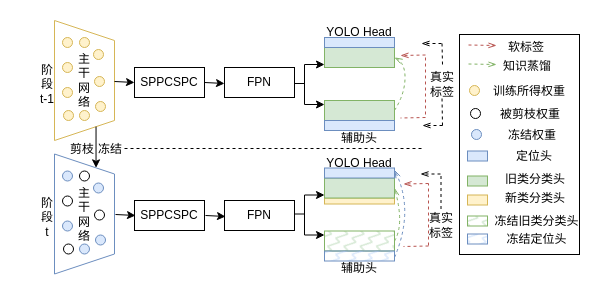
Before: self_distillation.drawio in wangdayan/HuffmanTree, a draw.io diagram. Source tidied: cells renumbered, new cells numbered last; positions are measured from the earlier drawing's top-left corner, leaving out a move shared by most shapes. Both pictures are drawn from the tidied source at 100%, with x=0, y=0 at pixel (17, 17).
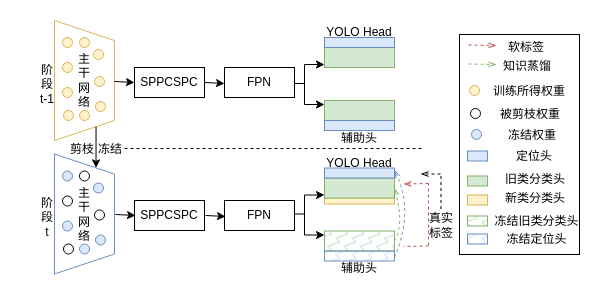
The same page after the edit.

The change refers to these unchanged cells:
```xml
<mxCell id="8" style="rounded=0;whiteSpace=wrap;html=1;fillColor=#d5e8d4;strokeColor=#82b366;" parent="1" vertex="1">
  <mxGeometry x="307" y="83" width="70" height="20" as="geometry" />
</mxCell>
<mxCell id="11" style="rounded=0;whiteSpace=wrap;html=1;fillColor=#d5e8d4;strokeColor=#82b366;" parent="1" vertex="1">
  <mxGeometry x="307" y="30" width="70" height="20" as="geometry" />
</mxCell>
```

The edit, as a diff of the source:
```diff
@@
-    <mxCell id="13" style="curved=1;endArrow=openThin;html=1;rounded=0;entryX=1;entryY=0.5;entryDx=0;entryDy=0;fillColor=#d5e8d4;strokeColor=#82b366;dashed=1;endFill=0;exitX=1;exitY=0.5;exitDx=0;exitDy=0;" parent="1" edge="1" source="8" target="11">
-      <mxGeometry relative="1" as="geometry">
-        <Array as="points">
-          <mxPoint x="387" y="77" />
-          <mxPoint x="388" y="46" />
-        </Array>
-      </mxGeometry>
-    </mxCell>
@@
-    <mxCell id="15" value="真实&lt;div&gt;标签&lt;/div&gt;" style="text;strokeColor=none;align=center;fillColor=none;html=1;verticalAlign=middle;whiteSpace=wrap;rounded=0;" parent="1" vertex="1">
-      <mxGeometry x="395" y="52" width="60" height="30" as="geometry" />
-    </mxCell>
-    <mxCell id="16" style="endArrow=none;html=1;rounded=0;dashed=1;" parent="1" edge="1">
-      <mxGeometry relative="1" as="geometry">
-        <mxPoint x="425" y="47" as="sourcePoint" />
-        <mxPoint x="424.5" y="25" as="targetPoint" />
-      </mxGeometry>
-    </mxCell>
-    <mxCell id="17" style="endArrow=openThin;html=1;rounded=0;dashed=1;endFill=0;" parent="1" edge="1">
-      <mxGeometry relative="1" as="geometry">
-        <mxPoint x="424" y="26" as="sourcePoint" />
-        <mxPoint x="404" y="26" as="targetPoint" />
-      </mxGeometry>
-    </mxCell>
@@
-    <mxCell id="19" style="endArrow=none;html=1;rounded=0;dashed=1;fillColor=#f8cecc;strokeColor=#b85450;" parent="1" edge="1">
-      <mxGeometry relative="1" as="geometry">
-        <mxPoint x="408" y="97" as="sourcePoint" />
-        <mxPoint x="408" y="37" as="targetPoint" />
-      </mxGeometry>
-    </mxCell>
-    <mxCell id="20" style="endArrow=none;html=1;rounded=0;dashed=1;endFill=0;fillColor=#f8cecc;strokeColor=#b85450;startFill=0;" parent="1" edge="1">
-      <mxGeometry relative="1" as="geometry">
-        <mxPoint x="408" y="100" as="sourcePoint" />
-        <mxPoint x="383" y="100.5" as="targetPoint" />
-      </mxGeometry>
-    </mxCell>
-    <mxCell id="21" style="endArrow=openThin;html=1;rounded=0;dashed=1;endFill=0;fillColor=#f8cecc;strokeColor=#b85450;" parent="1" edge="1">
-      <mxGeometry relative="1" as="geometry">
-        <mxPoint x="408" y="37.5" as="sourcePoint" />
-        <mxPoint x="383" y="38" as="targetPoint" />
-      </mxGeometry>
-    </mxCell>
@@
-    <mxCell id="95" style="endArrow=none;html=1;rounded=0;dashed=1;" parent="1" edge="1">
-      <mxGeometry relative="1" as="geometry">
-        <mxPoint x="425" y="108" as="sourcePoint" />
-        <mxPoint x="424.5" y="80" as="targetPoint" />
-      </mxGeometry>
-    </mxCell>
-    <mxCell id="96" style="endArrow=openThin;html=1;rounded=0;dashed=1;endFill=0;" parent="1" edge="1">
-      <mxGeometry relative="1" as="geometry">
-        <mxPoint x="425" y="108" as="sourcePoint" />
-        <mxPoint x="405" y="108" as="targetPoint" />
-      </mxGeometry>
-    </mxCell>
```
